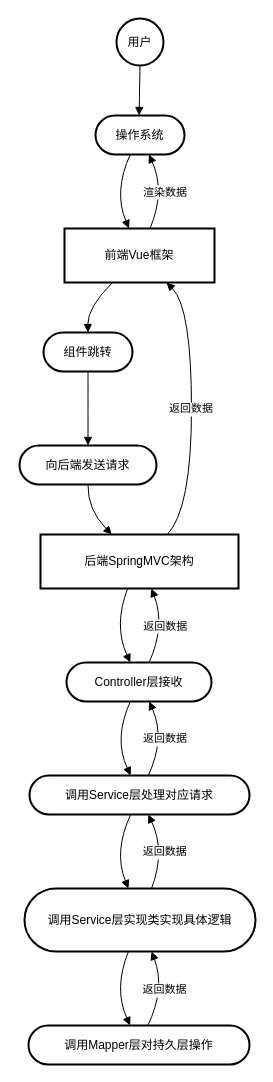
This is page "系统运行流程图" (10 of 21) of image/绘图.drawio from fore4years/KorisPlatForm, a draw.io file, before an edit. Source tidied: cells renumbered, new cells numbered last; positions are measured from the earlier drawing's top-left corner, leaving out a move shared by most shapes. Both pictures are drawn from the tidied source at 100%, with x=0, y=0 at pixel (19, 18).
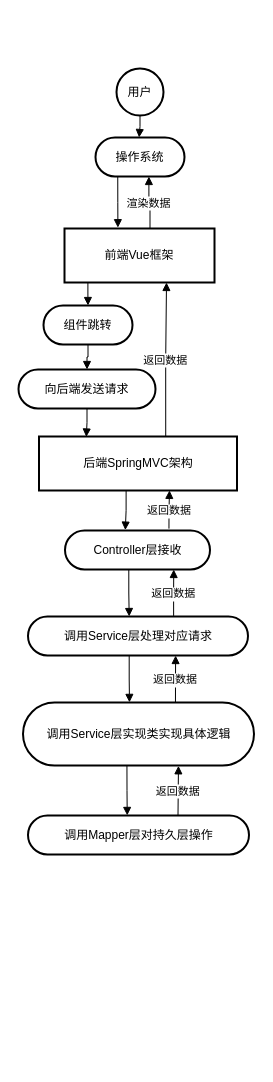
The same diagram, later.

Unchanged cells that the change refers to:
```xml
<mxCell id="4" value="前端Vue框架" style="whiteSpace=wrap;strokeWidth=2;" parent="1" vertex="1">
  <mxGeometry x="45" y="210" width="150" height="54" as="geometry" />
</mxCell>
```

The edit, as a diff of the source:
```diff
@@
     <mxCell id="2" value="用户" style="ellipse;strokeWidth=2;whiteSpace=wrap;" parent="1" vertex="1">
-      <mxGeometry x="97" width="47" height="47" as="geometry" />
+      <mxGeometry x="97" y="50" width="47" height="47" as="geometry" />
     </mxCell>
     <mxCell id="3" value="操作系统" style="rounded=1;whiteSpace=wrap;arcSize=50;strokeWidth=2;" parent="1" vertex="1">
-      <mxGeometry x="76" y="97" width="89" height="39" as="geometry" />
+      <mxGeometry x="76" y="119" width="89" height="39" as="geometry" />
     </mxCell>
@@
     <mxCell id="5" value="组件跳转" style="rounded=1;whiteSpace=wrap;arcSize=50;strokeWidth=2;" parent="1" vertex="1">
-      <mxGeometry x="24" y="314" width="89" height="39" as="geometry" />
+      <mxGeometry x="24" y="287" width="89" height="39" as="geometry" />
     </mxCell>
     <mxCell id="6" value="向后端发送请求" style="rounded=1;whiteSpace=wrap;arcSize=50;strokeWidth=2;" parent="1" vertex="1">
-      <mxGeometry y="427" width="137" height="39" as="geometry" />
+      <mxGeometry x="-1" y="351" width="137" height="39" as="geometry" />
     </mxCell>
     <mxCell id="7" value="后端SpringMVC架构" style="whiteSpace=wrap;strokeWidth=2;" parent="1" vertex="1">
-      <mxGeometry x="21" y="516" width="198" height="54" as="geometry" />
+      <mxGeometry x="19.5" y="418" width="198" height="54" as="geometry" />
     </mxCell>
     <mxCell id="8" value="Controller层接收" style="rounded=1;whiteSpace=wrap;arcSize=50;strokeWidth=2;" parent="1" vertex="1">
-      <mxGeometry x="47" y="644" width="145" height="39" as="geometry" />
+      <mxGeometry x="45.5" y="512" width="145" height="39" as="geometry" />
     </mxCell>
     <mxCell id="9" value="调用Service层处理对应请求" style="rounded=1;whiteSpace=wrap;arcSize=50;strokeWidth=2;" parent="1" vertex="1">
-      <mxGeometry x="10" y="757" width="220" height="39" as="geometry" />
+      <mxGeometry x="8.5" y="598" width="220" height="39" as="geometry" />
     </mxCell>
     <mxCell id="10" value="调用Service层实现类实现具体逻辑" style="rounded=1;whiteSpace=wrap;arcSize=50;strokeWidth=2;" parent="1" vertex="1">
-      <mxGeometry x="5" y="870" width="231" height="63" as="geometry" />
+      <mxGeometry x="3.5" y="684" width="231" height="63" as="geometry" />
     </mxCell>
     <mxCell id="11" value="调用Mapper层对持久层操作" style="rounded=1;whiteSpace=wrap;arcSize=50;strokeWidth=2;" parent="1" vertex="1">
-      <mxGeometry x="9" y="1007" width="221" height="39" as="geometry" />
+      <mxGeometry x="8.5" y="797" width="221" height="39" as="geometry" />
     </mxCell>
-    <mxCell id="12" style="curved=1;startArrow=none;endArrow=block;exitX=0.49;exitY=1;entryX=0.49;entryY=0;rounded=0;" parent="1" edge="1" source="2" target="3">
+    <mxCell id="12" style="startArrow=none;endArrow=block;exitX=0.49;exitY=1;entryX=0.49;entryY=0;rounded=0;edgeStyle=orthogonalEdgeStyle;" parent="1" edge="1" source="2" target="3">
       <mxGeometry relative="1" as="geometry" />
     </mxCell>
-    <mxCell id="13" style="curved=1;startArrow=none;endArrow=block;exitX=0.39;exitY=1;entryX=0.43;entryY=0;rounded=0;" parent="1" edge="1" source="3" target="4">
-      <mxGeometry relative="1" as="geometry">
-        <Array as="points">
-          <mxPoint x="94" y="173" />
-        </Array>
-      </mxGeometry>
+    <mxCell id="13" style="startArrow=none;endArrow=block;exitX=0.25;exitY=1;entryX=0.356;entryY=-0.015;rounded=0;edgeStyle=orthogonalEdgeStyle;exitDx=0;exitDy=0;entryDx=0;entryDy=0;entryPerimeter=0;" parent="1" edge="1" source="3" target="4">
+      <mxGeometry relative="1" as="geometry" />
     </mxCell>
-    <mxCell id="14" style="curved=1;startArrow=none;endArrow=block;exitX=0.32;exitY=1;entryX=0.5;entryY=0;rounded=0;" parent="1" edge="1" source="4" target="5">
-      <mxGeometry relative="1" as="geometry">
-        <Array as="points">
-          <mxPoint x="68" y="289" />
-        </Array>
-      </mxGeometry>
+    <mxCell id="14" style="startArrow=none;endArrow=block;exitX=0.156;exitY=0.998;entryX=0.5;entryY=0;rounded=0;edgeStyle=orthogonalEdgeStyle;exitDx=0;exitDy=0;exitPerimeter=0;" parent="1" edge="1" source="4" target="5">
+      <mxGeometry relative="1" as="geometry" />
     </mxCell>
-    <mxCell id="15" style="curved=1;startArrow=none;endArrow=block;exitX=0.5;exitY=1;entryX=0.5;entryY=0;rounded=0;" parent="1" edge="1" source="5" target="6">
+    <mxCell id="15" style="startArrow=none;endArrow=block;exitX=0.5;exitY=1;entryX=0.5;entryY=0;rounded=0;edgeStyle=orthogonalEdgeStyle;" parent="1" edge="1" source="5" target="6">
       <mxGeometry relative="1" as="geometry" />
     </mxCell>
-    <mxCell id="16" style="curved=1;startArrow=none;endArrow=block;exitX=0.5;exitY=1;entryX=0.36;entryY=0;rounded=0;" parent="1" edge="1" source="6" target="7">
-      <mxGeometry relative="1" as="geometry">
-        <Array as="points">
-          <mxPoint x="68" y="491" />
-        </Array>
-      </mxGeometry>
+    <mxCell id="16" style="startArrow=none;endArrow=block;exitX=0.5;exitY=1;entryX=0.239;entryY=0.009;rounded=0;edgeStyle=orthogonalEdgeStyle;entryDx=0;entryDy=0;entryPerimeter=0;" parent="1" edge="1" source="6" target="7">
+      <mxGeometry relative="1" as="geometry" />
     </mxCell>
-    <mxCell id="17" style="curved=1;startArrow=none;endArrow=block;exitX=0.44;exitY=1;entryX=0.44;entryY=0;rounded=0;" parent="1" edge="1" source="7" target="8">
-      <mxGeometry relative="1" as="geometry">
-        <Array as="points">
-          <mxPoint x="94" y="607" />
-        </Array>
-      </mxGeometry>
+    <mxCell id="17" style="startArrow=none;endArrow=block;exitX=0.44;exitY=1;entryX=0.416;entryY=-0.01;rounded=0;edgeStyle=orthogonalEdgeStyle;entryDx=0;entryDy=0;entryPerimeter=0;" parent="1" edge="1" source="7" target="8">
+      <mxGeometry relative="1" as="geometry" />
     </mxCell>
-    <mxCell id="18" style="curved=1;startArrow=none;endArrow=block;exitX=0.44;exitY=1;entryX=0.46;entryY=0;rounded=0;" parent="1" edge="1" source="8" target="9">
-      <mxGeometry relative="1" as="geometry">
-        <Array as="points">
-          <mxPoint x="94" y="720" />
-        </Array>
-      </mxGeometry>
+    <mxCell id="18" style="startArrow=none;endArrow=block;exitX=0.44;exitY=1;entryX=0.46;entryY=0;rounded=0;edgeStyle=orthogonalEdgeStyle;" parent="1" edge="1" source="8" target="9">
+      <mxGeometry relative="1" as="geometry" />
     </mxCell>
-    <mxCell id="19" style="curved=1;startArrow=none;endArrow=block;exitX=0.46;exitY=1;entryX=0.45;entryY=0;rounded=0;" parent="1" edge="1" source="9" target="10">
-      <mxGeometry relative="1" as="geometry">
-        <Array as="points">
-          <mxPoint x="94" y="833" />
-        </Array>
-      </mxGeometry>
+    <mxCell id="19" style="startArrow=none;endArrow=block;exitX=0.46;exitY=1;entryX=0.461;entryY=-0.002;rounded=0;edgeStyle=orthogonalEdgeStyle;entryDx=0;entryDy=0;entryPerimeter=0;" parent="1" edge="1" source="9" target="10">
+      <mxGeometry relative="1" as="geometry" />
     </mxCell>
-    <mxCell id="20" style="curved=1;startArrow=none;endArrow=block;exitX=0.45;exitY=1;entryX=0.46;entryY=0;rounded=0;" parent="1" edge="1" source="10" target="11">
-      <mxGeometry relative="1" as="geometry">
-        <Array as="points">
-          <mxPoint x="94" y="970" />
-        </Array>
-      </mxGeometry>
+    <mxCell id="20" style="startArrow=none;endArrow=block;exitX=0.45;exitY=1;entryX=0.449;entryY=-0.002;rounded=0;edgeStyle=orthogonalEdgeStyle;entryDx=0;entryDy=0;entryPerimeter=0;" parent="1" edge="1" source="10" target="11">
+      <mxGeometry relative="1" as="geometry" />
     </mxCell>
-    <mxCell id="21" value="返回数据" style="curved=1;startArrow=none;endArrow=block;exitX=0.54;exitY=0;entryX=0.55;entryY=1;rounded=0;" parent="1" edge="1" source="11" target="10">
+    <mxCell id="21" value="返回数据" style="startArrow=none;endArrow=block;entryX=0.673;entryY=1.005;rounded=0;edgeStyle=orthogonalEdgeStyle;entryDx=0;entryDy=0;entryPerimeter=0;" parent="1" edge="1" target="10">
       <mxGeometry relative="1" as="geometry">
-        <Array as="points">
-          <mxPoint x="146" y="970" />
-        </Array>
+        <mxPoint x="158.5" y="797" as="sourcePoint" />
       </mxGeometry>
     </mxCell>
-    <mxCell id="22" value="返回数据" style="curved=1;startArrow=none;endArrow=block;exitX=0.55;exitY=0;entryX=0.54;entryY=1;rounded=0;" parent="1" edge="1" source="10" target="9">
-      <mxGeometry relative="1" as="geometry">
-        <Array as="points">
-          <mxPoint x="146" y="833" />
-        </Array>
-      </mxGeometry>
+    <mxCell id="22" value="返回数据" style="startArrow=none;endArrow=block;exitX=0.66;exitY=-0.004;entryX=0.671;entryY=1.001;rounded=0;edgeStyle=orthogonalEdgeStyle;entryDx=0;entryDy=0;entryPerimeter=0;exitDx=0;exitDy=0;exitPerimeter=0;" parent="1" edge="1" source="10" target="9">
+      <mxGeometry relative="1" as="geometry" />
     </mxCell>
-    <mxCell id="23" value="返回数据" style="curved=1;startArrow=none;endArrow=block;exitX=0.54;exitY=0;entryX=0.57;entryY=1;rounded=0;" parent="1" edge="1" source="9" target="8">
-      <mxGeometry relative="1" as="geometry">
-        <Array as="points">
-          <mxPoint x="146" y="720" />
-        </Array>
-      </mxGeometry>
+    <mxCell id="23" value="返回数据" style="startArrow=none;endArrow=block;exitX=0.662;exitY=-0.015;entryX=0.75;entryY=1;rounded=0;edgeStyle=orthogonalEdgeStyle;entryDx=0;entryDy=0;exitDx=0;exitDy=0;exitPerimeter=0;" parent="1" edge="1" source="9" target="8">
+      <mxGeometry relative="1" as="geometry" />
     </mxCell>
-    <mxCell id="24" value="返回数据" style="curved=1;startArrow=none;endArrow=block;exitX=0.57;exitY=0;entryX=0.56;entryY=1;rounded=0;" parent="1" edge="1" source="8" target="7">
-      <mxGeometry relative="1" as="geometry">
-        <Array as="points">
-          <mxPoint x="146" y="607" />
-        </Array>
-      </mxGeometry>
+    <mxCell id="24" value="返回数据" style="startArrow=none;endArrow=block;exitX=0.717;exitY=-0.048;entryX=0.659;entryY=0.998;rounded=0;edgeStyle=orthogonalEdgeStyle;exitDx=0;exitDy=0;exitPerimeter=0;entryDx=0;entryDy=0;entryPerimeter=0;" parent="1" edge="1" source="8" target="7">
+      <mxGeometry relative="1" as="geometry" />
     </mxCell>
-    <mxCell id="25" value="返回数据" style="curved=1;startArrow=none;endArrow=block;exitX=0.64;exitY=0;entryX=0.68;entryY=1;rounded=0;" parent="1" edge="1" source="7" target="4">
-      <mxGeometry relative="1" as="geometry">
-        <Array as="points">
-          <mxPoint x="172" y="491" />
-          <mxPoint x="172" y="289" />
-        </Array>
-      </mxGeometry>
+    <mxCell id="25" value="返回数据" style="startArrow=none;endArrow=block;exitX=0.64;exitY=0;entryX=0.68;entryY=1;rounded=0;edgeStyle=orthogonalEdgeStyle;" parent="1" edge="1" source="7" target="4">
+      <mxGeometry relative="1" as="geometry" />
     </mxCell>
-    <mxCell id="26" value="渲染数据" style="curved=1;startArrow=none;endArrow=block;exitX=0.57;exitY=0;entryX=0.6;entryY=1;rounded=0;" parent="1" edge="1" source="4" target="3">
-      <mxGeometry relative="1" as="geometry">
-        <Array as="points">
-          <mxPoint x="146" y="173" />
-        </Array>
-      </mxGeometry>
+    <mxCell id="26" value="渲染数据" style="startArrow=none;endArrow=block;exitX=0.57;exitY=0;entryX=0.6;entryY=1;rounded=0;edgeStyle=orthogonalEdgeStyle;" parent="1" edge="1" source="4" target="3">
+      <mxGeometry relative="1" as="geometry" />
     </mxCell>
```
